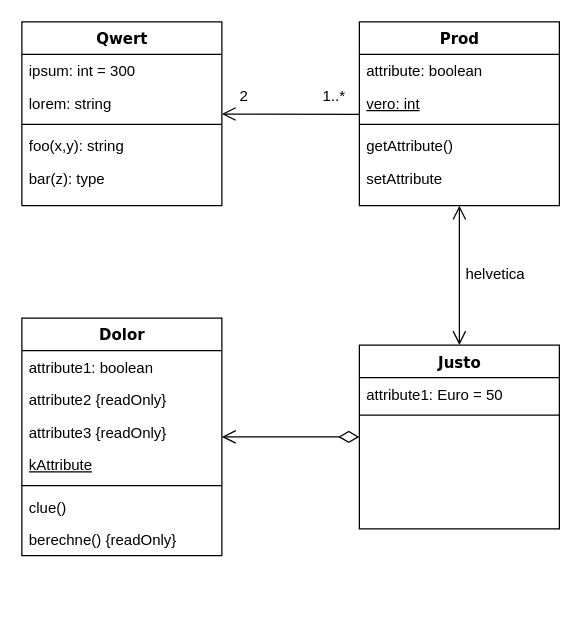
Above: Klassendiagramm-EA4.drawio in KathBerg/diagram-construction-site (draw.io), before the change. Source tidied: cells renumbered, new cells numbered last; positions are measured from the earlier drawing's top-left corner, leaving out a move shared by most shapes. Both pictures are drawn from the tidied source at 125%, with x=0, y=0 at pixel (21, 21).
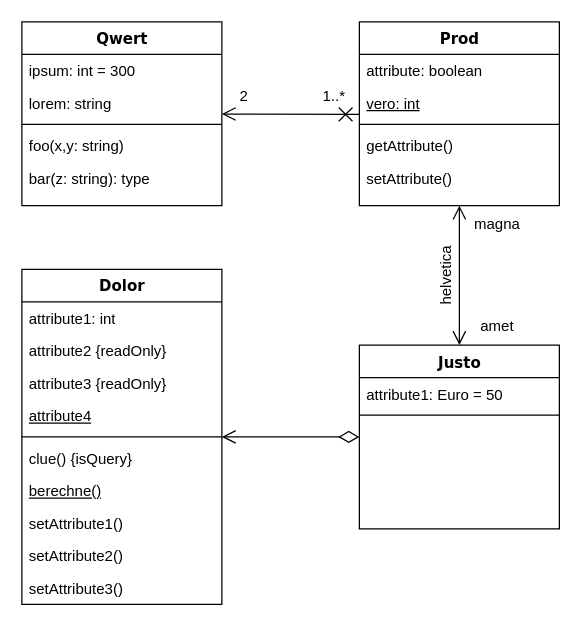
After the change.

Unchanged cells that the change refers to:
```xml
<mxCell id="2" value="Qwert" style="swimlane;html=1;fontStyle=1;align=center;verticalAlign=top;horizontal=1;startSize=26;swimlaneFillColor=#ffffff;rounded=0;shadow=0;comic=0;labelBackgroundColor=none;strokeWidth=1;fillColor=none;fontFamily=Verdana;fontSize=12;" parent="1" vertex="1">
  <mxGeometry width="160" height="147" as="geometry" />
</mxCell>
<mxCell id="8" value="Prod" style="swimlane;html=1;fontStyle=1;align=center;verticalAlign=top;horizontal=1;startSize=26;swimlaneFillColor=#ffffff;rounded=0;shadow=0;comic=0;labelBackgroundColor=none;strokeWidth=1;fillColor=none;fontFamily=Verdana;fontSize=12;" parent="1" vertex="1">
  <mxGeometry x="270" width="160" height="147" as="geometry" />
</mxCell>
```

What changed in the source:
```diff
@@
-    <mxCell id="6" value="foo(x,y): string" style="text;html=1;strokeColor=none;fillColor=none;align=left;verticalAlign=top;spacingLeft=4;spacingRight=4;whiteSpace=wrap;overflow=hidden;" parent="2" vertex="1">
+    <mxCell id="6" value="foo(x,y: string)" style="text;html=1;strokeColor=none;fillColor=none;align=left;verticalAlign=top;spacingLeft=4;spacingRight=4;whiteSpace=wrap;overflow=hidden;" parent="2" vertex="1">
       <mxGeometry y="86" width="160" height="26" as="geometry" />
     </mxCell>
-    <mxCell id="7" value="bar(z): type" style="text;html=1;strokeColor=none;fillColor=none;align=left;verticalAlign=top;spacingLeft=4;spacingRight=4;whiteSpace=wrap;overflow=hidden;" parent="2" vertex="1">
-      <mxGeometry y="112" width="160" height="26" as="geometry" />
+    <mxCell id="7" value="bar(z: string): type" style="text;html=1;strokeColor=none;fillColor=none;align=left;verticalAlign=top;spacingLeft=4;spacingRight=4;whiteSpace=wrap;overflow=hidden;" parent="2" vertex="1">
+      <mxGeometry y="112" width="160" height="28" as="geometry" />
     </mxCell>
@@
-    <mxCell id="13" value="setAttribute" style="text;html=1;strokeColor=none;fillColor=none;align=left;verticalAlign=top;spacingLeft=4;spacingRight=4;whiteSpace=wrap;overflow=hidden;" parent="8" vertex="1">
+    <mxCell id="13" value="setAttribute()" style="text;html=1;strokeColor=none;fillColor=none;align=left;verticalAlign=top;spacingLeft=4;spacingRight=4;whiteSpace=wrap;overflow=hidden;" parent="8" vertex="1">
       <mxGeometry y="112" width="160" height="26" as="geometry" />
     </mxCell>
@@
     <mxCell id="17" value="Dolor" style="swimlane;html=1;fontStyle=1;align=center;verticalAlign=top;horizontal=1;startSize=26;swimlaneFillColor=#ffffff;rounded=0;shadow=0;comic=0;labelBackgroundColor=none;strokeWidth=1;fillColor=none;fontFamily=Verdana;fontSize=12;" parent="1" vertex="1">
-      <mxGeometry y="237" width="160" height="190" as="geometry" />
+      <mxGeometry y="198" width="160" height="268" as="geometry" />
     </mxCell>
-    <mxCell id="18" value="attribute1: boolean" style="text;html=1;strokeColor=none;fillColor=none;align=left;verticalAlign=top;spacingLeft=4;spacingRight=4;whiteSpace=wrap;overflow=hidden;" parent="17" vertex="1">
+    <mxCell id="18" value="attribute1: int" style="text;html=1;strokeColor=none;fillColor=none;align=left;verticalAlign=top;spacingLeft=4;spacingRight=4;whiteSpace=wrap;overflow=hidden;" parent="17" vertex="1">
       <mxGeometry y="26" width="160" height="26" as="geometry" />
     </mxCell>
@@
-    <mxCell id="21" value="&lt;u&gt;kAttribute&lt;/u&gt;" style="text;html=1;strokeColor=none;fillColor=none;align=left;verticalAlign=top;spacingLeft=4;spacingRight=4;whiteSpace=wrap;overflow=hidden;" parent="17" vertex="1">
+    <mxCell id="21" value="&lt;u&gt;attribute4&lt;/u&gt;" style="text;html=1;strokeColor=none;fillColor=none;align=left;verticalAlign=top;spacingLeft=4;spacingRight=4;whiteSpace=wrap;overflow=hidden;" parent="17" vertex="1">
       <mxGeometry y="104" width="160" height="26" as="geometry" />
     </mxCell>
@@
-    <mxCell id="23" value="clue()" style="text;html=1;strokeColor=none;fillColor=none;align=left;verticalAlign=top;spacingLeft=4;spacingRight=4;whiteSpace=wrap;overflow=hidden;" parent="17" vertex="1">
+    <mxCell id="23" value="clue() {isQuery}" style="text;html=1;strokeColor=none;fillColor=none;align=left;verticalAlign=top;spacingLeft=4;spacingRight=4;whiteSpace=wrap;overflow=hidden;" parent="17" vertex="1">
       <mxGeometry y="138" width="160" height="26" as="geometry" />
     </mxCell>
-    <mxCell id="24" value="berechne() {readOnly}" style="text;html=1;strokeColor=none;fillColor=none;align=left;verticalAlign=top;spacingLeft=4;spacingRight=4;whiteSpace=wrap;overflow=hidden;" parent="17" vertex="1">
+    <mxCell id="24" value="&lt;u&gt;berechne()&lt;/u&gt;" style="text;html=1;strokeColor=none;fillColor=none;align=left;verticalAlign=top;spacingLeft=4;spacingRight=4;whiteSpace=wrap;overflow=hidden;" parent="17" vertex="1">
       <mxGeometry y="164" width="160" height="26" as="geometry" />
     </mxCell>
+    <mxCell id="31" value="setAttribute1()" style="text;html=1;strokeColor=none;fillColor=none;align=left;verticalAlign=top;spacingLeft=4;spacingRight=4;whiteSpace=wrap;overflow=hidden;" parent="17" vertex="1">
+      <mxGeometry y="190" width="160" height="26" as="geometry" />
+    </mxCell>
+    <mxCell id="32" value="setAttribute2()" style="text;html=1;strokeColor=none;fillColor=none;align=left;verticalAlign=top;spacingLeft=4;spacingRight=4;whiteSpace=wrap;overflow=hidden;" parent="17" vertex="1">
+      <mxGeometry y="216" width="160" height="26" as="geometry" />
+    </mxCell>
+    <mxCell id="33" value="setAttribute3()" style="text;html=1;strokeColor=none;fillColor=none;align=left;verticalAlign=top;spacingLeft=4;spacingRight=4;whiteSpace=wrap;overflow=hidden;" parent="17" vertex="1">
+      <mxGeometry y="242" width="160" height="26" as="geometry" />
+    </mxCell>
@@
-    <mxCell id="27" style="endArrow=open;html=1;rounded=0;endFill=0;endSize=9;startSize=9;strokeColor=default;enumerate=0;snapToPoint=0;" parent="1" edge="1" target="2">
+    <mxCell id="27" style="endArrow=open;html=1;rounded=0;endFill=0;endSize=9;startSize=9;strokeColor=default;enumerate=0;snapToPoint=0;startArrow=cross;startFill=0;" parent="1" edge="1" target="2">
       <mxGeometry relative="1" as="geometry">
         <mxPoint x="270" y="74" as="sourcePoint" />
       </mxGeometry>
     </mxCell>
@@
-    <mxCell id="30" value="helvetica" style="text;html=1;align=center;verticalAlign=middle;whiteSpace=wrap;rounded=0;" parent="1" vertex="1">
-      <mxGeometry x="369" y="197" width="20" height="10" as="geometry" />
+    <mxCell id="30" value="helvetica" style="text;html=1;align=center;verticalAlign=middle;whiteSpace=wrap;rounded=0;rotation=-90;" parent="1" vertex="1">
+      <mxGeometry x="330" y="198" width="20" height="10" as="geometry" />
     </mxCell>
+    <mxCell id="34" value="magna" style="text;html=1;align=center;verticalAlign=middle;strokeColor=none;fillColor=none;" parent="1" vertex="1">
+      <mxGeometry x="350" y="147" width="60" height="30" as="geometry" />
+    </mxCell>
+    <mxCell id="35" value="amet" style="text;html=1;align=center;verticalAlign=middle;strokeColor=none;fillColor=none;" parent="1" vertex="1">
+      <mxGeometry x="355" y="228.5" width="50" height="30" as="geometry" />
+    </mxCell>
```
